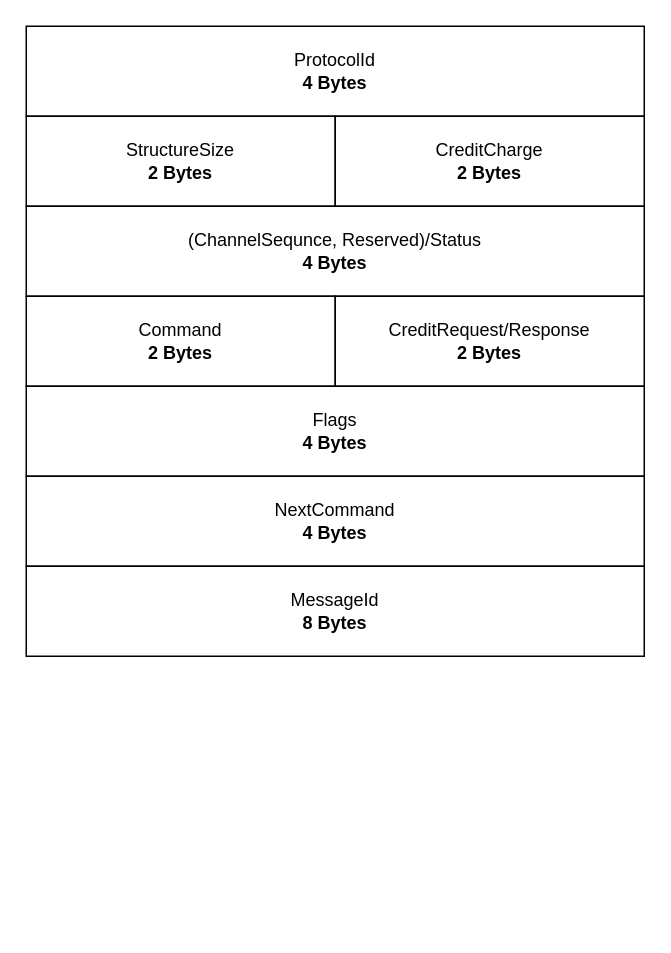
The draw.io diagram images/smb_packet_header_common.drawio in davidenberg/quic_thesis, before the edit. Source tidied: cells renumbered, new cells numbered last; positions are measured from the earlier drawing's top-left corner, leaving out a move shared by most shapes. Both pictures are drawn from the tidied source at 150%, with x=0, y=0 at pixel (26, 26).
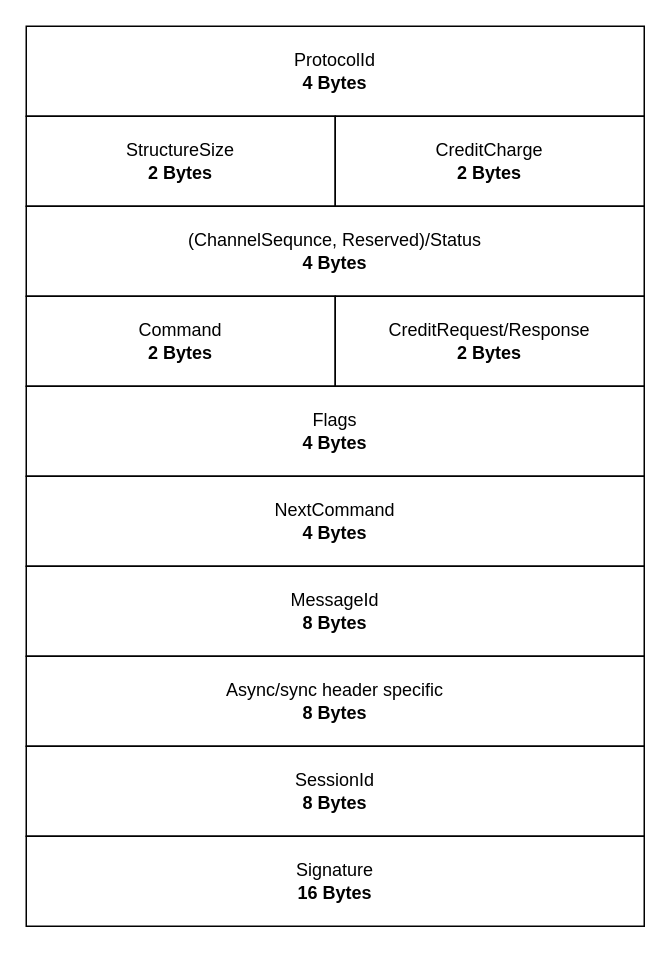
After the change.

The edit, as a diff of the source:
```diff
@@
 <mxGraphModel>
   <root>
     <mxCell id="0" />
     <mxCell id="1" parent="0" />
     <mxCell id="2" value="&lt;div&gt;ProtocolId&lt;/div&gt;&lt;div&gt;&lt;b&gt;4 Bytes&lt;/b&gt;&lt;/div&gt;" style="rounded=0;whiteSpace=wrap;html=1;rotation=0;" parent="1" vertex="1">
       <mxGeometry width="412" height="60" as="geometry" />
     </mxCell>
     <mxCell id="3" value="&lt;div&gt;StructureSize&lt;/div&gt;&lt;div&gt;&lt;b&gt;2 Bytes&lt;/b&gt;&lt;/div&gt;" style="rounded=0;whiteSpace=wrap;html=1;" parent="1" vertex="1">
       <mxGeometry y="60" width="206" height="60" as="geometry" />
     </mxCell>
     <mxCell id="4" value="&lt;div&gt;CreditCharge&lt;/div&gt;&lt;div&gt;&lt;b&gt;2 Bytes&lt;/b&gt;&lt;/div&gt;" style="rounded=0;whiteSpace=wrap;html=1;" parent="1" vertex="1">
       <mxGeometry x="206" y="60" width="206" height="60" as="geometry" />
     </mxCell>
     <mxCell id="5" value="&lt;div&gt;(ChannelSequnce, Reserved)/Status&lt;/div&gt;&lt;div&gt;&lt;b&gt;4 Bytes&lt;/b&gt;&lt;/div&gt;" style="rounded=0;whiteSpace=wrap;html=1;rotation=0;" parent="1" vertex="1">
       <mxGeometry y="120" width="412" height="60" as="geometry" />
     </mxCell>
     <mxCell id="6" value="&lt;div&gt;Command&lt;/div&gt;&lt;div&gt;&lt;b&gt;2 Bytes&lt;/b&gt;&lt;/div&gt;" style="rounded=0;whiteSpace=wrap;html=1;" parent="1" vertex="1">
       <mxGeometry y="180" width="206" height="60" as="geometry" />
     </mxCell>
     <mxCell id="7" value="&lt;div&gt;CreditRequest/Response&lt;/div&gt;&lt;div&gt;&lt;b&gt;2 Bytes&lt;/b&gt;&lt;/div&gt;" style="rounded=0;whiteSpace=wrap;html=1;" parent="1" vertex="1">
       <mxGeometry x="206" y="180" width="206" height="60" as="geometry" />
     </mxCell>
     <mxCell id="8" value="&lt;div&gt;Flags&lt;/div&gt;&lt;div&gt;&lt;b&gt;4 Bytes&lt;/b&gt;&lt;/div&gt;" style="rounded=0;whiteSpace=wrap;html=1;rotation=0;" parent="1" vertex="1">
       <mxGeometry y="240" width="412" height="60" as="geometry" />
     </mxCell>
     <mxCell id="9" value="&lt;div&gt;NextCommand&lt;/div&gt;&lt;div&gt;&lt;b&gt;4 Bytes&lt;/b&gt;&lt;/div&gt;" style="rounded=0;whiteSpace=wrap;html=1;rotation=0;" parent="1" vertex="1">
       <mxGeometry y="300" width="412" height="60" as="geometry" />
     </mxCell>
     <mxCell id="10" value="&lt;div&gt;MessageId&lt;/div&gt;&lt;div&gt;&lt;b&gt;8 Bytes&lt;/b&gt;&lt;/div&gt;" style="rounded=0;whiteSpace=wrap;html=1;rotation=0;" parent="1" vertex="1">
       <mxGeometry y="360" width="412" height="60" as="geometry" />
     </mxCell>
+    <mxCell id="11" value="&lt;div&gt;Async/sync header specific&lt;/div&gt;&lt;div&gt;&lt;b&gt;8 Bytes&lt;/b&gt;&lt;/div&gt;" style="rounded=0;whiteSpace=wrap;html=1;rotation=0;" parent="1" vertex="1">
+      <mxGeometry y="420" width="412" height="60" as="geometry" />
+    </mxCell>
+    <mxCell id="12" value="&lt;div&gt;SessionId&lt;/div&gt;&lt;div&gt;&lt;b&gt;8 Bytes&lt;/b&gt;&lt;/div&gt;" style="rounded=0;whiteSpace=wrap;html=1;rotation=0;" parent="1" vertex="1">
+      <mxGeometry y="480" width="412" height="60" as="geometry" />
+    </mxCell>
+    <mxCell id="13" value="&lt;div&gt;Signature&lt;/div&gt;&lt;div&gt;&lt;b&gt;16 Bytes&lt;/b&gt;&lt;/div&gt;" style="rounded=0;whiteSpace=wrap;html=1;rotation=0;" parent="1" vertex="1">
+      <mxGeometry y="540" width="412" height="60" as="geometry" />
+    </mxCell>
   </root>
 </mxGraphModel>
```
